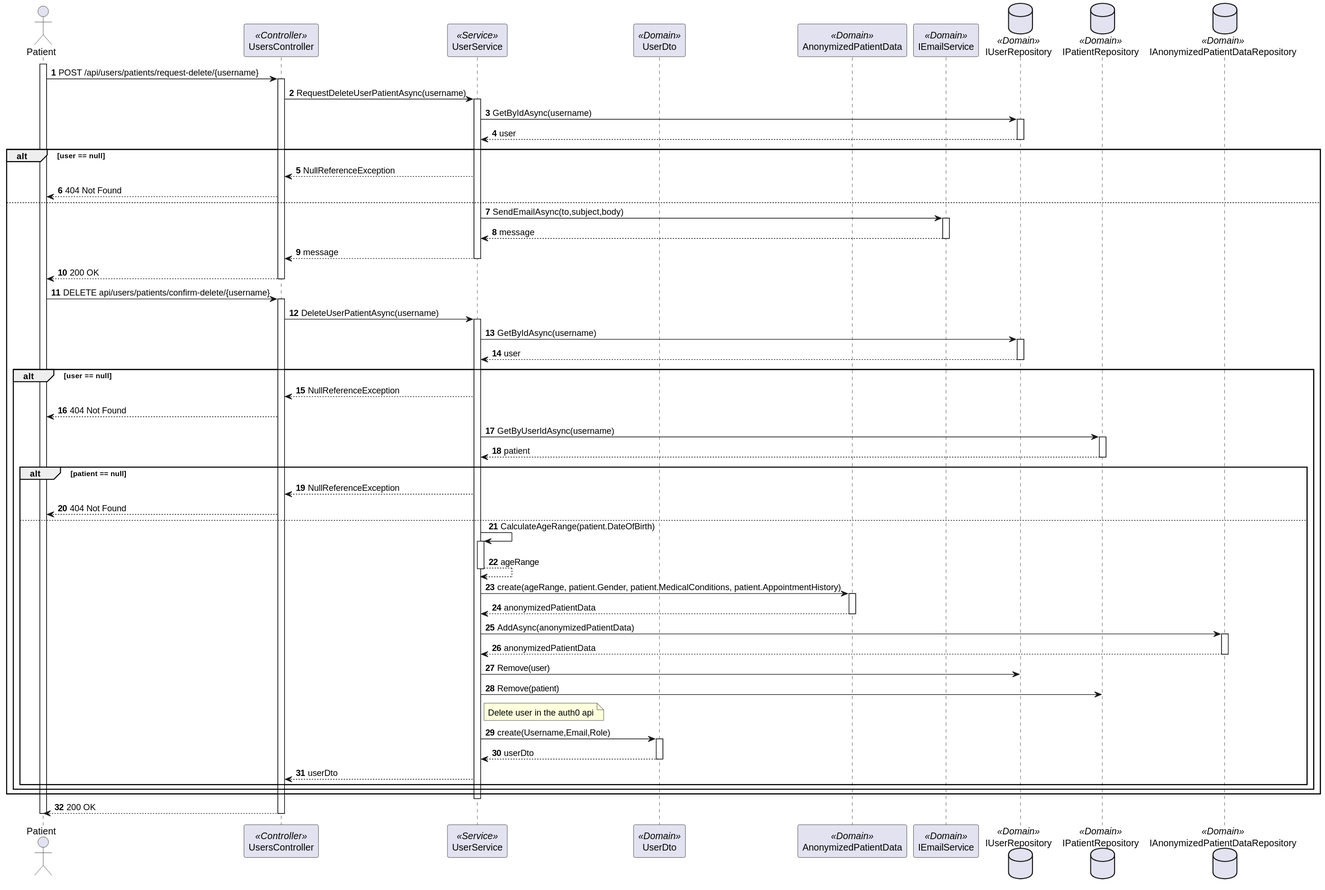
Above: docs/sprint-a/us-5.1.5/views/level3/process-view-2.svg in 1220846/sem5pi-24-25-3ddg20 (PlantUML), before the change.
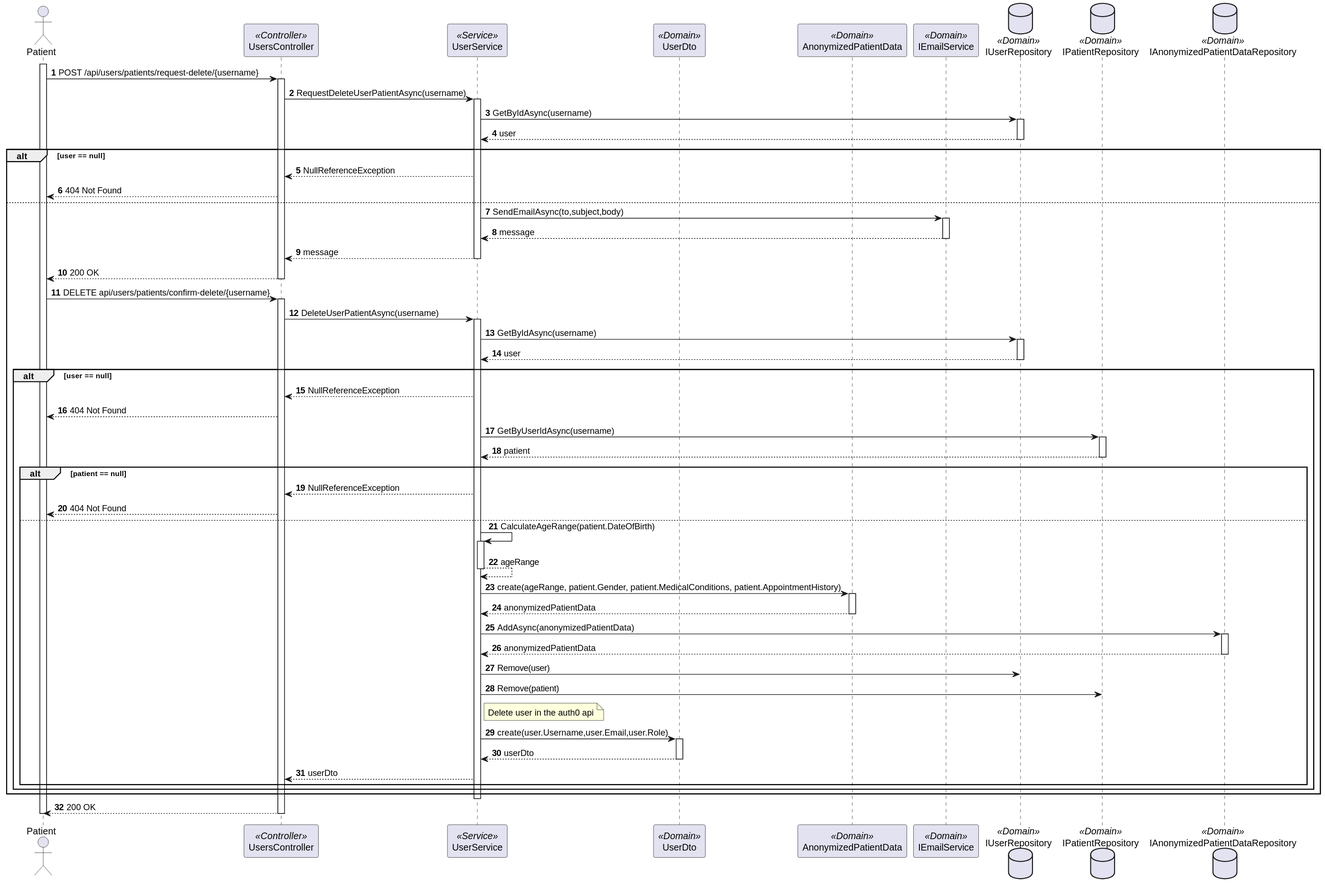
After the change.

The edit, as a diff of the source:
```diff
@@ -120,7 +120,7 @@
 
                 Note  right of Service: Delete user in the auth0 api
 
-                Service -> UserDto : create(Username,Email,Role)
+                Service -> UserDto : create(user.Username,user.Email,user.Role)
 
                 activate UserDto
 
```
